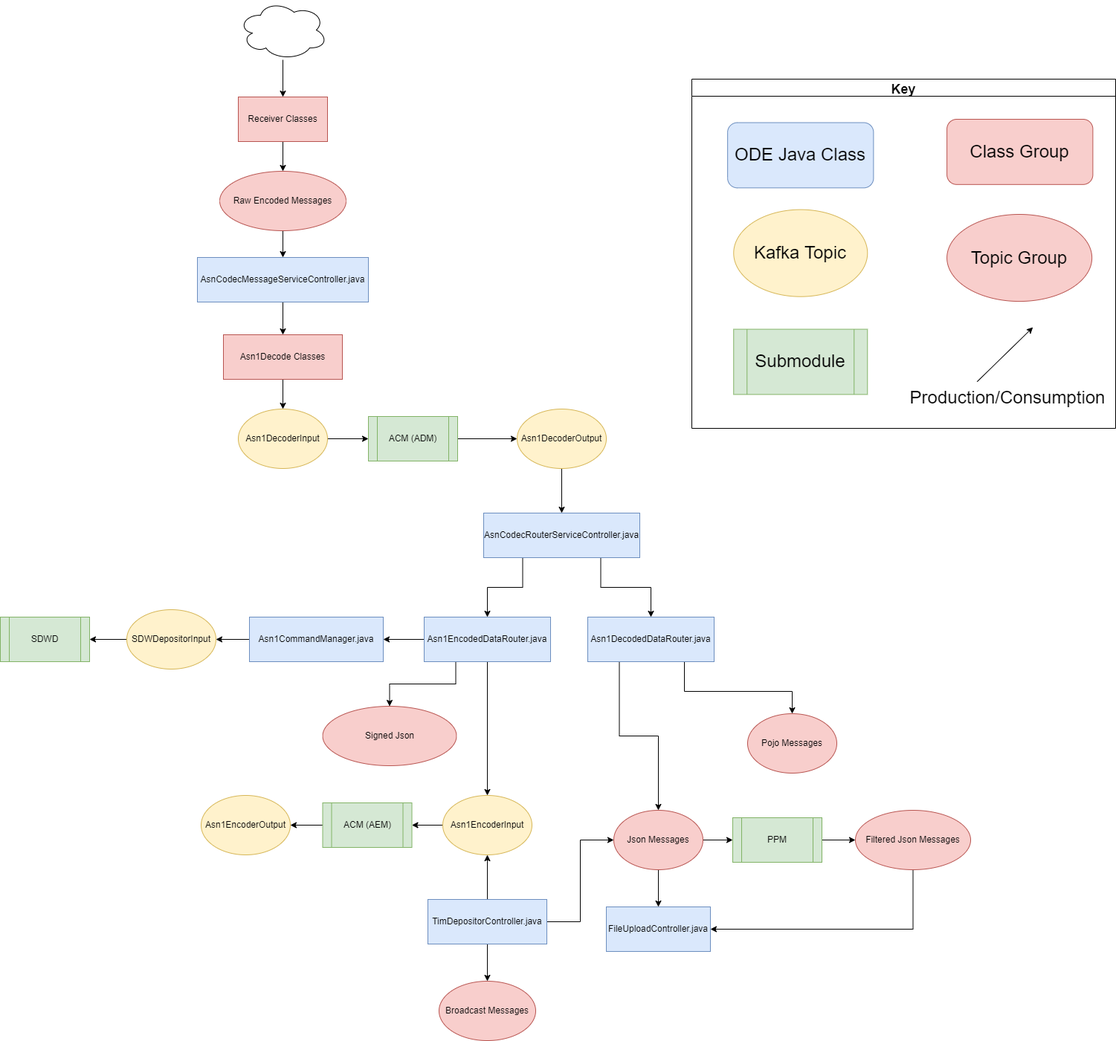
The draw.io diagram docs/data-flow-diagrams/ODE Data Flow Overview.drawio.png in usdot-jpo-ode/jpo-ode, before a commit. Source tidied: cells renumbered, new cells last; positions are measured from the earlier drawing's top-left corner, leaving out a move shared by most shapes. Its diagram source:
```xml
<mxGraphModel>
  <root>
    <mxCell id="0" />
    <mxCell id="1" parent="0" />
    <mxCell id="2" style="edgeStyle=orthogonalEdgeStyle;rounded=0;jettySize=auto;html=1;entryX=0.5;entryY=0;entryDx=0;entryDy=0;exitX=0.25;exitY=1;exitDx=0;exitDy=0;" parent="1" edge="1" source="4" target="23">
      <mxGeometry relative="1" as="geometry" />
    </mxCell>
    <mxCell id="3" style="edgeStyle=orthogonalEdgeStyle;rounded=0;jettySize=auto;html=1;exitX=0.75;exitY=1;exitDx=0;exitDy=0;entryX=0.5;entryY=0;entryDx=0;entryDy=0;" parent="1" edge="1" source="4" target="20">
      <mxGeometry relative="1" as="geometry">
        <Array as="points">
          <mxPoint x="920" y="890" />
          <mxPoint x="920" y="930" />
          <mxPoint x="1065" y="930" />
        </Array>
      </mxGeometry>
    </mxCell>
    <mxCell id="4" value="Asn1DecodedDataRouter.java" style="rounded=0;whiteSpace=wrap;html=1;fillColor=#dae8fc;strokeColor=#6c8ebf;" parent="1" vertex="1">
      <mxGeometry x="790" y="830" width="170" height="60" as="geometry" />
    </mxCell>
    <mxCell id="5" style="edgeStyle=orthogonalEdgeStyle;rounded=0;jettySize=auto;html=1;entryX=0;entryY=0.5;entryDx=0;entryDy=0;" parent="1" edge="1" source="6" target="12">
      <mxGeometry relative="1" as="geometry" />
    </mxCell>
    <mxCell id="6" value="ACM (ADM)" style="shape=process;whiteSpace=wrap;html=1;backgroundOutline=1;fillColor=#d5e8d4;strokeColor=#82b366;" parent="1" vertex="1">
      <mxGeometry x="495" y="560" width="120" height="60" as="geometry" />
    </mxCell>
    <mxCell id="7" style="edgeStyle=orthogonalEdgeStyle;rounded=0;jettySize=auto;html=1;" parent="1" edge="1" source="8" target="19">
      <mxGeometry relative="1" as="geometry" />
    </mxCell>
    <mxCell id="8" value="AsnCodecMessageServiceController.java" style="rounded=0;whiteSpace=wrap;html=1;fillColor=#dae8fc;strokeColor=#6c8ebf;" parent="1" vertex="1">
      <mxGeometry x="265" y="346" width="230" height="60" as="geometry" />
    </mxCell>
    <mxCell id="9" style="edgeStyle=orthogonalEdgeStyle;rounded=0;jettySize=auto;html=1;entryX=0;entryY=0.5;entryDx=0;entryDy=0;" parent="1" edge="1" source="10" target="6">
      <mxGeometry relative="1" as="geometry" />
    </mxCell>
    <mxCell id="10" value="Asn1DecoderInput" style="ellipse;whiteSpace=wrap;html=1;fillColor=#fff2cc;strokeColor=#d6b656;" parent="1" vertex="1">
      <mxGeometry x="320" y="550" width="120" height="80" as="geometry" />
    </mxCell>
    <mxCell id="11" style="edgeStyle=orthogonalEdgeStyle;rounded=0;jettySize=auto;html=1;" parent="1" edge="1" source="12" target="48">
      <mxGeometry relative="1" as="geometry" />
    </mxCell>
    <mxCell id="12" value="Asn1DecoderOutput" style="ellipse;whiteSpace=wrap;html=1;fillColor=#fff2cc;strokeColor=#d6b656;" parent="1" vertex="1">
      <mxGeometry x="695" y="550" width="120" height="80" as="geometry" />
    </mxCell>
    <mxCell id="13" value="FileUploadController.java" style="rounded=0;whiteSpace=wrap;html=1;fillColor=#dae8fc;strokeColor=#6c8ebf;" parent="1" vertex="1">
      <mxGeometry x="815" y="1220" width="140" height="60" as="geometry" />
    </mxCell>
    <mxCell id="14" style="edgeStyle=orthogonalEdgeStyle;rounded=0;jettySize=auto;html=1;entryX=0.5;entryY=0;entryDx=0;entryDy=0;" parent="1" edge="1" source="15" target="17">
      <mxGeometry relative="1" as="geometry" />
    </mxCell>
    <mxCell id="15" value="Receiver Classes" style="rounded=0;whiteSpace=wrap;html=1;fillColor=#f8cecc;strokeColor=#b85450;" parent="1" vertex="1">
      <mxGeometry x="320" y="130" width="120" height="60" as="geometry" />
    </mxCell>
    <mxCell id="16" style="edgeStyle=orthogonalEdgeStyle;rounded=0;jettySize=auto;html=1;" parent="1" edge="1" source="17" target="8">
      <mxGeometry relative="1" as="geometry" />
    </mxCell>
    <mxCell id="17" value="Raw Encoded Messages" style="ellipse;whiteSpace=wrap;html=1;fillColor=#f8cecc;strokeColor=#b85450;" parent="1" vertex="1">
      <mxGeometry x="295" y="230" width="170" height="80" as="geometry" />
    </mxCell>
    <mxCell id="18" style="edgeStyle=orthogonalEdgeStyle;rounded=0;jettySize=auto;html=1;entryX=0.5;entryY=0;entryDx=0;entryDy=0;" parent="1" edge="1" source="19" target="10">
      <mxGeometry relative="1" as="geometry" />
    </mxCell>
    <mxCell id="19" value="Asn1Decode Classes" style="rounded=0;whiteSpace=wrap;html=1;fillColor=#f8cecc;strokeColor=#b85450;" parent="1" vertex="1">
      <mxGeometry x="300" y="450" width="160" height="60" as="geometry" />
    </mxCell>
    <mxCell id="20" value="Pojo Messages" style="ellipse;whiteSpace=wrap;html=1;fillColor=#f8cecc;strokeColor=#b85450;" parent="1" vertex="1">
      <mxGeometry x="1005" y="960" width="120" height="80" as="geometry" />
    </mxCell>
    <mxCell id="21" style="edgeStyle=orthogonalEdgeStyle;rounded=0;jettySize=auto;html=1;entryX=0;entryY=0.5;entryDx=0;entryDy=0;exitX=1;exitY=0.5;exitDx=0;exitDy=0;" parent="1" edge="1" source="23" target="29">
      <mxGeometry relative="1" as="geometry" />
    </mxCell>
    <mxCell id="22" style="edgeStyle=orthogonalEdgeStyle;rounded=0;jettySize=auto;html=1;entryX=0.5;entryY=0;entryDx=0;entryDy=0;exitX=0.5;exitY=1;exitDx=0;exitDy=0;" parent="1" edge="1" source="23" target="13">
      <mxGeometry relative="1" as="geometry" />
    </mxCell>
    <mxCell id="23" value="Json Messages" style="ellipse;whiteSpace=wrap;html=1;fillColor=#f8cecc;strokeColor=#b85450;" parent="1" vertex="1">
      <mxGeometry x="825" y="1090" width="120" height="80" as="geometry" />
    </mxCell>
    <mxCell id="24" style="edgeStyle=orthogonalEdgeStyle;rounded=0;jettySize=auto;html=1;entryX=0.5;entryY=1;entryDx=0;entryDy=0;" parent="1" edge="1" source="27" target="42">
      <mxGeometry relative="1" as="geometry" />
    </mxCell>
    <mxCell id="25" style="edgeStyle=orthogonalEdgeStyle;rounded=0;jettySize=auto;html=1;entryX=0;entryY=0.5;entryDx=0;entryDy=0;" parent="1" edge="1" source="27" target="23">
      <mxGeometry relative="1" as="geometry" />
    </mxCell>
    <mxCell id="26" style="edgeStyle=orthogonalEdgeStyle;rounded=0;jettySize=auto;html=1;entryX=0.5;entryY=0;entryDx=0;entryDy=0;exitX=0.5;exitY=1;exitDx=0;exitDy=0;" parent="1" edge="1" source="27" target="52">
      <mxGeometry relative="1" as="geometry" />
    </mxCell>
    <mxCell id="27" value="TimDepositorController.java" style="rounded=0;whiteSpace=wrap;html=1;fillColor=#dae8fc;strokeColor=#6c8ebf;" parent="1" vertex="1">
      <mxGeometry x="575" y="1210" width="160" height="60" as="geometry" />
    </mxCell>
    <mxCell id="28" style="edgeStyle=orthogonalEdgeStyle;rounded=0;jettySize=auto;html=1;entryX=0;entryY=0.5;entryDx=0;entryDy=0;exitX=1;exitY=0.5;exitDx=0;exitDy=0;" parent="1" edge="1" source="29" target="31">
      <mxGeometry relative="1" as="geometry" />
    </mxCell>
    <mxCell id="29" value="PPM" style="shape=process;whiteSpace=wrap;html=1;backgroundOutline=1;fillColor=#d5e8d4;strokeColor=#82b366;" parent="1" vertex="1">
      <mxGeometry x="985" y="1100" width="120" height="60" as="geometry" />
    </mxCell>
    <mxCell id="30" style="edgeStyle=orthogonalEdgeStyle;rounded=0;jettySize=auto;html=1;entryX=1;entryY=0.5;entryDx=0;entryDy=0;exitX=0.5;exitY=1;exitDx=0;exitDy=0;" parent="1" edge="1" source="31" target="13">
      <mxGeometry relative="1" as="geometry" />
    </mxCell>
    <mxCell id="31" value="Filtered Json Messages" style="ellipse;whiteSpace=wrap;html=1;fillColor=#f8cecc;strokeColor=#b85450;" parent="1" vertex="1">
      <mxGeometry x="1150" y="1090" width="155" height="80" as="geometry" />
    </mxCell>
    <mxCell id="32" style="edgeStyle=orthogonalEdgeStyle;rounded=0;jettySize=auto;html=1;entryX=1;entryY=0.5;entryDx=0;entryDy=0;" parent="1" edge="1" source="33" target="35">
      <mxGeometry relative="1" as="geometry" />
    </mxCell>
    <mxCell id="33" value="Asn1CommandManager.java" style="rounded=0;whiteSpace=wrap;html=1;fillColor=#dae8fc;strokeColor=#6c8ebf;" parent="1" vertex="1">
      <mxGeometry x="335" y="830" width="180" height="60" as="geometry" />
    </mxCell>
    <mxCell id="34" style="edgeStyle=orthogonalEdgeStyle;rounded=0;jettySize=auto;html=1;entryX=1;entryY=0.5;entryDx=0;entryDy=0;" parent="1" edge="1" source="35" target="49">
      <mxGeometry relative="1" as="geometry" />
    </mxCell>
    <mxCell id="35" value="SDWDepositorInput" style="ellipse;whiteSpace=wrap;html=1;fillColor=#fff2cc;strokeColor=#d6b656;" parent="1" vertex="1">
      <mxGeometry x="170" y="820" width="120" height="80" as="geometry" />
    </mxCell>
    <mxCell id="36" style="edgeStyle=orthogonalEdgeStyle;rounded=0;jettySize=auto;html=1;entryX=1;entryY=0.5;entryDx=0;entryDy=0;" parent="1" edge="1" source="39" target="33">
      <mxGeometry relative="1" as="geometry" />
    </mxCell>
    <mxCell id="37" style="edgeStyle=orthogonalEdgeStyle;rounded=0;jettySize=auto;html=1;exitX=0.25;exitY=1;exitDx=0;exitDy=0;" parent="1" edge="1" source="39" target="40">
      <mxGeometry relative="1" as="geometry" />
    </mxCell>
    <mxCell id="38" style="edgeStyle=orthogonalEdgeStyle;rounded=0;jettySize=auto;html=1;entryX=0.5;entryY=0;entryDx=0;entryDy=0;" parent="1" edge="1" source="39" target="42">
      <mxGeometry relative="1" as="geometry" />
    </mxCell>
    <mxCell id="39" value="Asn1EncodedDataRouter.java" style="rounded=0;whiteSpace=wrap;html=1;fillColor=#dae8fc;strokeColor=#6c8ebf;" parent="1" vertex="1">
      <mxGeometry x="570" y="830" width="170" height="60" as="geometry" />
    </mxCell>
    <mxCell id="40" value="Signed Json" style="ellipse;whiteSpace=wrap;html=1;fillColor=#f8cecc;strokeColor=#b85450;" parent="1" vertex="1">
      <mxGeometry x="433.5" y="950" width="180" height="80" as="geometry" />
    </mxCell>
    <mxCell id="41" style="edgeStyle=orthogonalEdgeStyle;rounded=0;jettySize=auto;html=1;" parent="1" edge="1" source="42" target="44">
      <mxGeometry relative="1" as="geometry" />
    </mxCell>
    <mxCell id="42" value="Asn1EncoderInput" style="ellipse;whiteSpace=wrap;html=1;fillColor=#fff2cc;strokeColor=#d6b656;" parent="1" vertex="1">
      <mxGeometry x="595" y="1070" width="120" height="80" as="geometry" />
    </mxCell>
    <mxCell id="43" style="edgeStyle=orthogonalEdgeStyle;rounded=0;jettySize=auto;html=1;" parent="1" edge="1" source="44" target="45">
      <mxGeometry relative="1" as="geometry" />
    </mxCell>
    <mxCell id="44" value="ACM (AEM)" style="shape=process;whiteSpace=wrap;html=1;backgroundOutline=1;fillColor=#d5e8d4;strokeColor=#82b366;" parent="1" vertex="1">
      <mxGeometry x="433.5" y="1080" width="120" height="60" as="geometry" />
    </mxCell>
    <mxCell id="45" value="Asn1EncoderOutput" style="ellipse;whiteSpace=wrap;html=1;fillColor=#fff2cc;strokeColor=#d6b656;" parent="1" vertex="1">
      <mxGeometry x="270" y="1070" width="120" height="80" as="geometry" />
    </mxCell>
    <mxCell id="46" style="edgeStyle=orthogonalEdgeStyle;rounded=0;jettySize=auto;html=1;entryX=0.5;entryY=0;entryDx=0;entryDy=0;exitX=0.75;exitY=1;exitDx=0;exitDy=0;" parent="1" edge="1" source="48" target="4">
      <mxGeometry relative="1" as="geometry" />
    </mxCell>
    <mxCell id="47" style="edgeStyle=orthogonalEdgeStyle;rounded=0;jettySize=auto;html=1;entryX=0.5;entryY=0;entryDx=0;entryDy=0;exitX=0.25;exitY=1;exitDx=0;exitDy=0;" parent="1" edge="1" source="48" target="39">
      <mxGeometry relative="1" as="geometry" />
    </mxCell>
    <mxCell id="48" value="AsnCodecRouterServiceController.java" style="rounded=0;whiteSpace=wrap;html=1;fillColor=#dae8fc;strokeColor=#6c8ebf;" parent="1" vertex="1">
      <mxGeometry x="650" y="690" width="210" height="60" as="geometry" />
    </mxCell>
    <mxCell id="49" value="SDWD" style="shape=process;whiteSpace=wrap;html=1;backgroundOutline=1;fillColor=#d5e8d4;strokeColor=#82b366;" parent="1" vertex="1">
      <mxGeometry y="830" width="120" height="60" as="geometry" />
    </mxCell>
    <mxCell id="50" style="edgeStyle=orthogonalEdgeStyle;rounded=0;jettySize=auto;html=1;" parent="1" edge="1" source="51" target="15">
      <mxGeometry relative="1" as="geometry" />
    </mxCell>
    <mxCell id="51" style="ellipse;shape=cloud;whiteSpace=wrap;html=1;" parent="1" vertex="1">
      <mxGeometry x="320" width="120" height="80" as="geometry" />
    </mxCell>
    <mxCell id="52" value="Broadcast Messages" style="ellipse;whiteSpace=wrap;html=1;fillColor=#f8cecc;strokeColor=#b85450;" parent="1" vertex="1">
      <mxGeometry x="590" y="1320" width="130" height="80" as="geometry" />
    </mxCell>
    <mxCell id="53" style="group;" parent="1" vertex="1">
      <mxGeometry x="930" y="106" width="570" height="600" as="geometry" />
    </mxCell>
    <mxCell id="54" value="Key" style="swimlane;labelBackgroundColor=none;fontSize=18;" parent="53" vertex="1">
      <mxGeometry width="570" height="470" as="geometry" />
    </mxCell>
    <mxCell id="55" value="&lt;font style=&quot;font-size: 24px&quot;&gt;Production/Consumption&lt;/font&gt;" style="text;html=1;strokeColor=none;fillColor=none;align=center;verticalAlign=middle;whiteSpace=wrap;rounded=0;labelBackgroundColor=none;" parent="54" vertex="1">
      <mxGeometry x="380" y="407.2" width="90" height="43.9" as="geometry" />
    </mxCell>
    <mxCell id="56" style="endArrow=classic;html=1;rounded=0;labelBackgroundColor=none;" parent="54" edge="1">
      <mxGeometry relative="1" as="geometry">
        <mxPoint x="383.8" y="407.2" as="sourcePoint" />
        <mxPoint x="458.8" y="334" as="targetPoint" />
      </mxGeometry>
    </mxCell>
    <mxCell id="57" value="&lt;font style=&quot;font-size: 24px&quot;&gt;Kafka Topic&lt;/font&gt;" style="ellipse;whiteSpace=wrap;html=1;fillColor=#fff2cc;strokeColor=#d6b656;labelBackgroundColor=none;" parent="54" vertex="1">
      <mxGeometry x="56.2" y="175.6" width="180" height="117.1" as="geometry" />
    </mxCell>
    <mxCell id="58" value="&lt;font style=&quot;font-size: 24px&quot;&gt;ODE Java Class&lt;/font&gt;" style="rounded=1;whiteSpace=wrap;html=1;fillColor=#dae8fc;strokeColor=#6c8ebf;labelBackgroundColor=none;" parent="54" vertex="1">
      <mxGeometry x="48.1" y="58.5" width="196.2" height="87.8" as="geometry" />
    </mxCell>
    <mxCell id="59" value="&lt;font style=&quot;font-size: 24px&quot;&gt;Submodule&lt;/font&gt;" style="shape=process;whiteSpace=wrap;html=1;backgroundOutline=1;fillColor=#d5e8d4;strokeColor=#82b366;labelBackgroundColor=none;" parent="54" vertex="1">
      <mxGeometry x="56.2" y="336.6" width="180" height="87.8" as="geometry" />
    </mxCell>
    <mxCell id="60" value="&lt;font style=&quot;font-size: 24px&quot;&gt;Topic Group&lt;/font&gt;" style="ellipse;whiteSpace=wrap;html=1;fillColor=#f8cecc;strokeColor=#b85450;labelBackgroundColor=none;" parent="1" vertex="1">
      <mxGeometry x="1273.1" y="288" width="195" height="117.1" as="geometry" />
    </mxCell>
    <mxCell id="61" value="&lt;font style=&quot;font-size: 24px&quot;&gt;Class Group&lt;/font&gt;" style="rounded=1;whiteSpace=wrap;html=1;fillColor=#f8cecc;strokeColor=#b85450;labelBackgroundColor=none;" parent="1" vertex="1">
      <mxGeometry x="1273.1" y="160" width="196.2" height="87.8" as="geometry" />
    </mxCell>
  </root>
</mxGraphModel>
```
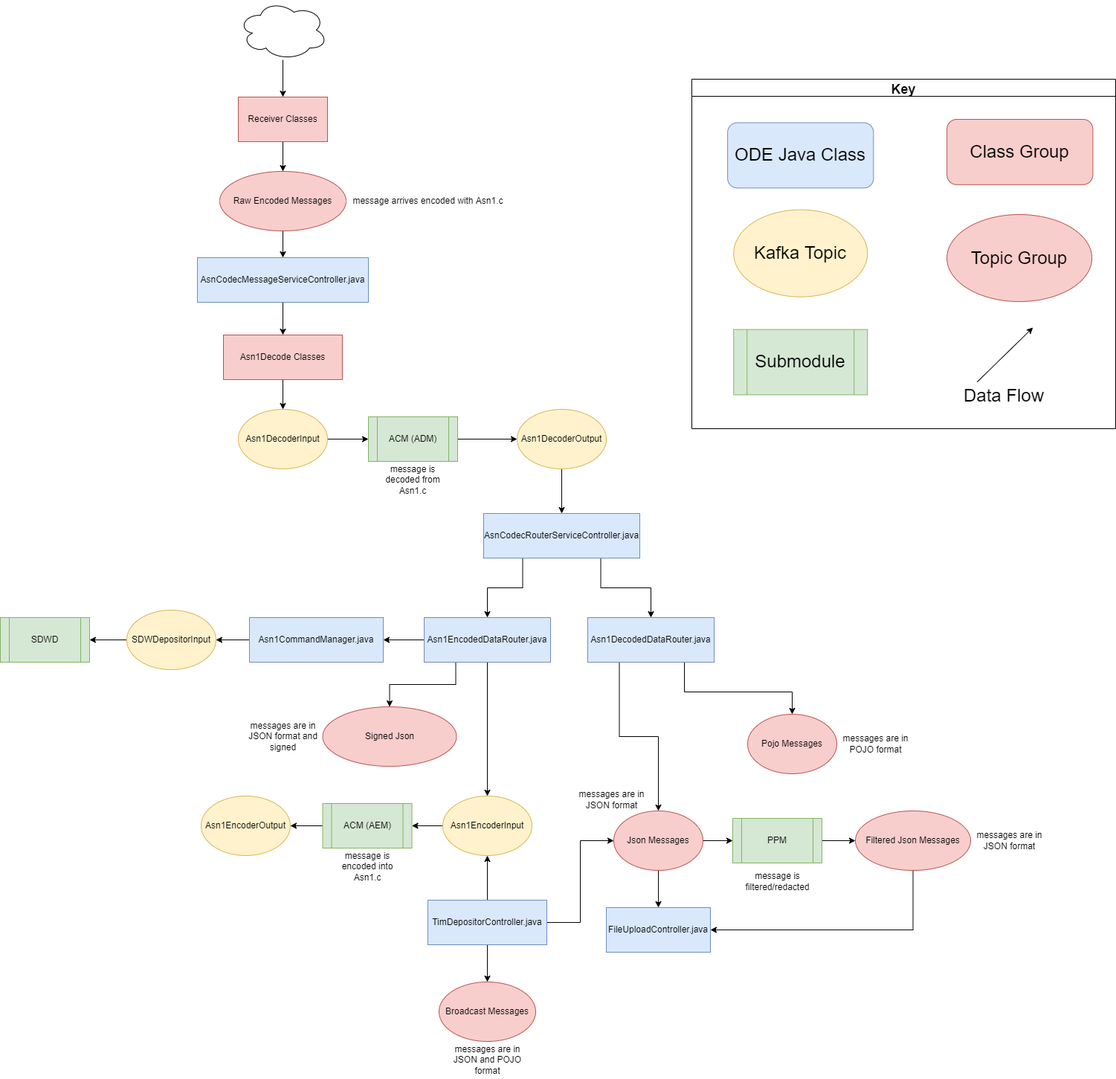
Later version of the same file.

Commit message:
Added contextual explanations to the ODE Data Flow Overview diagram.

Change to the diagram source:
```diff
@@ -167,9 +167,6 @@
     <mxCell id="54" value="Key" style="swimlane;labelBackgroundColor=none;fontSize=18;" parent="53" vertex="1">
       <mxGeometry width="570" height="470" as="geometry" />
     </mxCell>
-    <mxCell id="55" value="&lt;font style=&quot;font-size: 24px&quot;&gt;Production/Consumption&lt;/font&gt;" style="text;html=1;strokeColor=none;fillColor=none;align=center;verticalAlign=middle;whiteSpace=wrap;rounded=0;labelBackgroundColor=none;" parent="54" vertex="1">
-      <mxGeometry x="380" y="407.2" width="90" height="43.9" as="geometry" />
-    </mxCell>
     <mxCell id="56" style="endArrow=classic;html=1;rounded=0;labelBackgroundColor=none;" parent="54" edge="1">
       <mxGeometry relative="1" as="geometry">
         <mxPoint x="383.8" y="407.2" as="sourcePoint" />
@@ -185,11 +182,41 @@
     <mxCell id="59" value="&lt;font style=&quot;font-size: 24px&quot;&gt;Submodule&lt;/font&gt;" style="shape=process;whiteSpace=wrap;html=1;backgroundOutline=1;fillColor=#d5e8d4;strokeColor=#82b366;labelBackgroundColor=none;" parent="54" vertex="1">
       <mxGeometry x="56.2" y="336.6" width="180" height="87.8" as="geometry" />
     </mxCell>
+    <mxCell id="62" value="&lt;font style=&quot;font-size: 24px&quot;&gt;Data Flow&lt;/font&gt;" style="text;html=1;strokeColor=none;fillColor=none;align=center;verticalAlign=middle;whiteSpace=wrap;rounded=0;labelBackgroundColor=none;" parent="54" vertex="1">
+      <mxGeometry x="360" y="404" width="120" height="43.9" as="geometry" />
+    </mxCell>
     <mxCell id="60" value="&lt;font style=&quot;font-size: 24px&quot;&gt;Topic Group&lt;/font&gt;" style="ellipse;whiteSpace=wrap;html=1;fillColor=#f8cecc;strokeColor=#b85450;labelBackgroundColor=none;" parent="1" vertex="1">
       <mxGeometry x="1273.1" y="288" width="195" height="117.1" as="geometry" />
     </mxCell>
     <mxCell id="61" value="&lt;font style=&quot;font-size: 24px&quot;&gt;Class Group&lt;/font&gt;" style="rounded=1;whiteSpace=wrap;html=1;fillColor=#f8cecc;strokeColor=#b85450;labelBackgroundColor=none;" parent="1" vertex="1">
       <mxGeometry x="1273.1" y="160" width="196.2" height="87.8" as="geometry" />
     </mxCell>
+    <mxCell id="63" value="message arrives encoded with Asn1.c" style="text;html=1;align=center;verticalAlign=middle;strokeColor=none;fillColor=none;" parent="1" vertex="1">
+      <mxGeometry x="465" y="260" width="220" height="20" as="geometry" />
+    </mxCell>
+    <mxCell id="64" value="message is decoded from Asn1.c" style="text;html=1;strokeColor=none;fillColor=none;align=center;verticalAlign=middle;whiteSpace=wrap;rounded=0;" parent="1" vertex="1">
+      <mxGeometry x="500" y="620" width="110" height="50" as="geometry" />
+    </mxCell>
+    <mxCell id="65" value="message is filtered/redacted" style="text;html=1;strokeColor=none;fillColor=none;align=center;verticalAlign=middle;whiteSpace=wrap;rounded=0;" parent="1" vertex="1">
+      <mxGeometry x="992.5" y="1160" width="105" height="50" as="geometry" />
+    </mxCell>
+    <mxCell id="66" value="message is encoded into Asn1.c" style="text;html=1;strokeColor=none;fillColor=none;align=center;verticalAlign=middle;whiteSpace=wrap;rounded=0;" parent="1" vertex="1">
+      <mxGeometry x="438.5" y="1140" width="110" height="50" as="geometry" />
+    </mxCell>
+    <mxCell id="67" value="messages are in POJO format" style="text;html=1;strokeColor=none;fillColor=none;align=center;verticalAlign=middle;whiteSpace=wrap;rounded=0;" parent="1" vertex="1">
+      <mxGeometry x="1125" y="975" width="105" height="50" as="geometry" />
+    </mxCell>
+    <mxCell id="68" value="messages are in JSON format and signed" style="text;html=1;strokeColor=none;fillColor=none;align=center;verticalAlign=middle;whiteSpace=wrap;rounded=0;" parent="1" vertex="1">
+      <mxGeometry x="327.5" y="965" width="105" height="50" as="geometry" />
+    </mxCell>
+    <mxCell id="69" value="messages are in JSON format" style="text;html=1;strokeColor=none;fillColor=none;align=center;verticalAlign=middle;whiteSpace=wrap;rounded=0;" parent="1" vertex="1">
+      <mxGeometry x="770" y="1050" width="105" height="50" as="geometry" />
+    </mxCell>
+    <mxCell id="70" value="messages are in JSON format" style="text;html=1;strokeColor=none;fillColor=none;align=center;verticalAlign=middle;whiteSpace=wrap;rounded=0;" parent="1" vertex="1">
+      <mxGeometry x="1305" y="1105" width="105" height="50" as="geometry" />
+    </mxCell>
+    <mxCell id="71" value="messages are in JSON and POJO format" style="text;html=1;strokeColor=none;fillColor=none;align=center;verticalAlign=middle;whiteSpace=wrap;rounded=0;" parent="1" vertex="1">
+      <mxGeometry x="602.5" y="1400" width="105" height="50" as="geometry" />
+    </mxCell>
   </root>
 </mxGraphModel>
```
